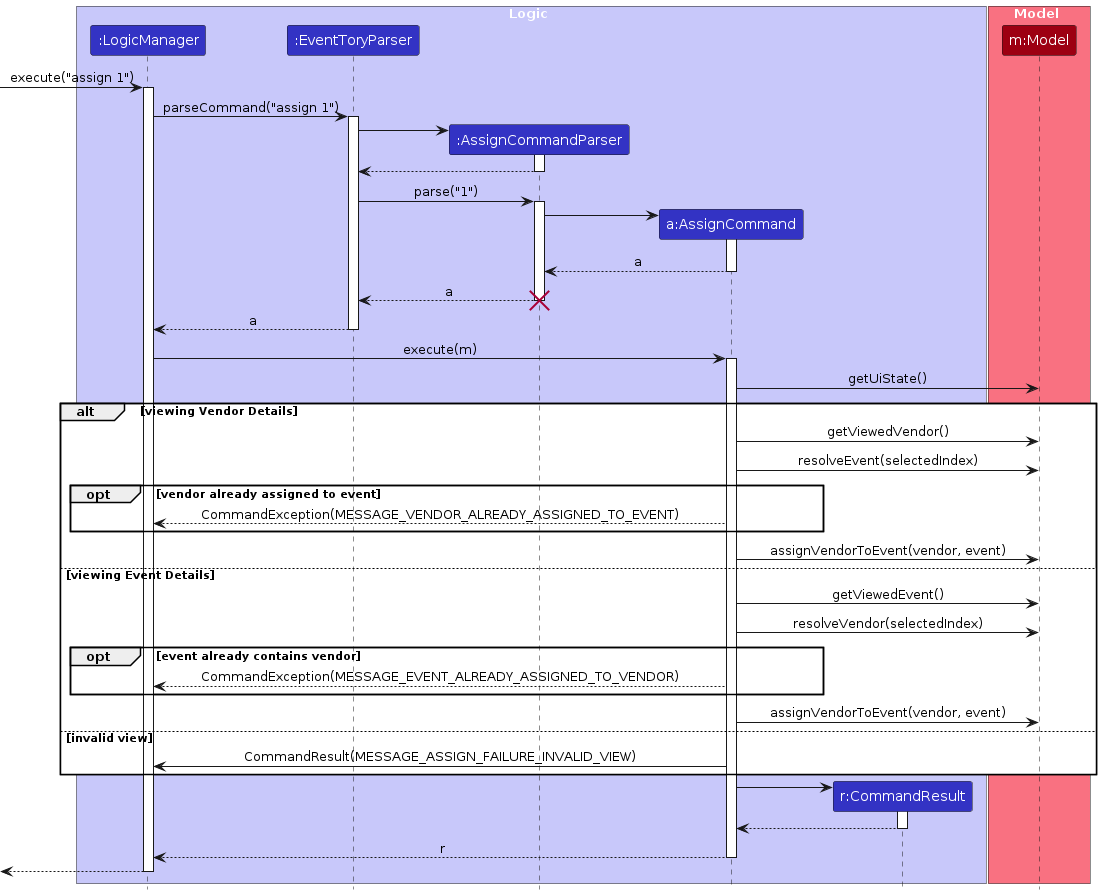
Earlier version of the PlantUML export diagrams/AssignSequenceDiagram.png (AY2425S1-CS2103-F13-2/tp). Its source is kept beside it as diagrams/AssignSequenceDiagram.puml.
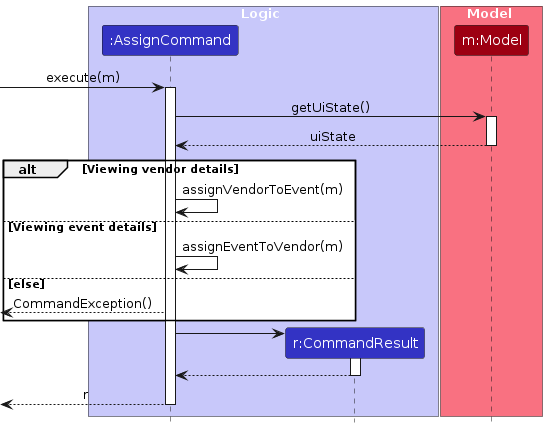
After the change.

What changed in the source:
```diff
@@ -3,10 +3,7 @@
 skinparam ArrowFontStyle plain
 
 box Logic LOGIC_COLOR_T1
-participant ":LogicManager" as LogicManager LOGIC_COLOR
-participant ":EventToryParser" as EventToryParser LOGIC_COLOR
-participant ":AssignCommandParser" as AssignCommandParser LOGIC_COLOR
-participant "a:AssignCommand" as AssignCommand LOGIC_COLOR
+participant ":AssignCommand" as AssignCommand LOGIC_COLOR
 participant "r:CommandResult" as CommandResult LOGIC_COLOR
 end box
 
@@ -14,59 +11,20 @@
 participant "m:Model" as Model MODEL_COLOR
 end box
 
-[-> LogicManager : execute("assign 1")
-activate LogicManager
-
-LogicManager -> EventToryParser : parseCommand("assign 1")
-activate EventToryParser
-
-create AssignCommandParser
-EventToryParser -> AssignCommandParser
-activate AssignCommandParser
-
-AssignCommandParser --> EventToryParser
-deactivate AssignCommandParser
-
-EventToryParser -> AssignCommandParser : parse("1")
-activate AssignCommandParser
-
-create AssignCommand
-AssignCommandParser -> AssignCommand
-activate AssignCommand
-
-AssignCommand --> AssignCommandParser : a
-deactivate AssignCommand
-
-AssignCommandParser --> EventToryParser : a
-deactivate AssignCommandParser
-destroy AssignCommandParser
-
-EventToryParser --> LogicManager : a
-deactivate EventToryParser
-
-LogicManager -> AssignCommand : execute(m)
+-> AssignCommand : execute(m)
 activate AssignCommand
 
 AssignCommand -> Model : getUiState()
+activate Model
+Model --> AssignCommand : uiState
+deactivate Model
 
-alt viewing Vendor Details
-    AssignCommand -> Model : getViewedVendor()
-    AssignCommand -> Model : resolveEvent(selectedIndex)
-
-    opt vendor already assigned to event
-        AssignCommand --> LogicManager : CommandException(MESSAGE_VENDOR_ALREADY_ASSIGNED_TO_EVENT)
-    end
-    AssignCommand -> Model : assignVendorToEvent(vendor, event)
-else viewing Event Details
-    AssignCommand -> Model : getViewedEvent()
-    AssignCommand -> Model : resolveVendor(selectedIndex)
-
-    opt event already contains vendor
-        AssignCommand --> LogicManager : CommandException(MESSAGE_EVENT_ALREADY_ASSIGNED_TO_VENDOR)
-    end
-    AssignCommand -> Model : assignVendorToEvent(vendor, event)
-else invalid view
-    AssignCommand -> LogicManager : CommandResult(MESSAGE_ASSIGN_FAILURE_INVALID_VIEW)
+alt Viewing vendor details
+    AssignCommand -> AssignCommand : assignVendorToEvent(m)
+else Viewing event details
+    AssignCommand -> AssignCommand : assignEventToVendor(m)
+else else
+    <-- AssignCommand : CommandException()
 end
 
 create CommandResult
@@ -76,9 +34,7 @@
 CommandResult --> AssignCommand
 deactivate CommandResult
 
-AssignCommand --> LogicManager : r
+<-- AssignCommand : r
 deactivate AssignCommand
 
-[<--LogicManager
-deactivate LogicManager
 @enduml
```
